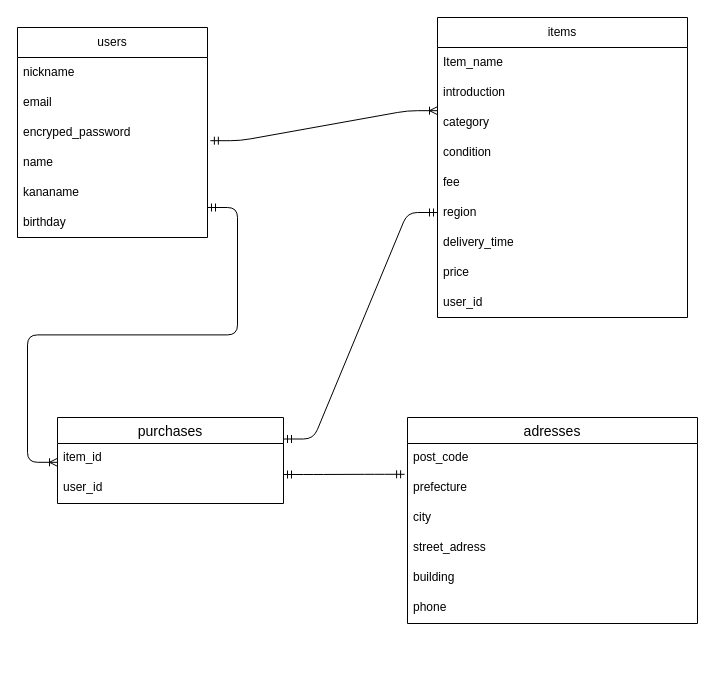
This is ER.dio from ushiyushi/furima-42222, a draw.io file, before an edit. Source tidied: cells renumbered, new cells numbered last; positions are measured from the earlier drawing's top-left corner, leaving out a move shared by most shapes. Both pictures are drawn from the tidied source at 100%, with x=0, y=0 at pixel (-23, 17).
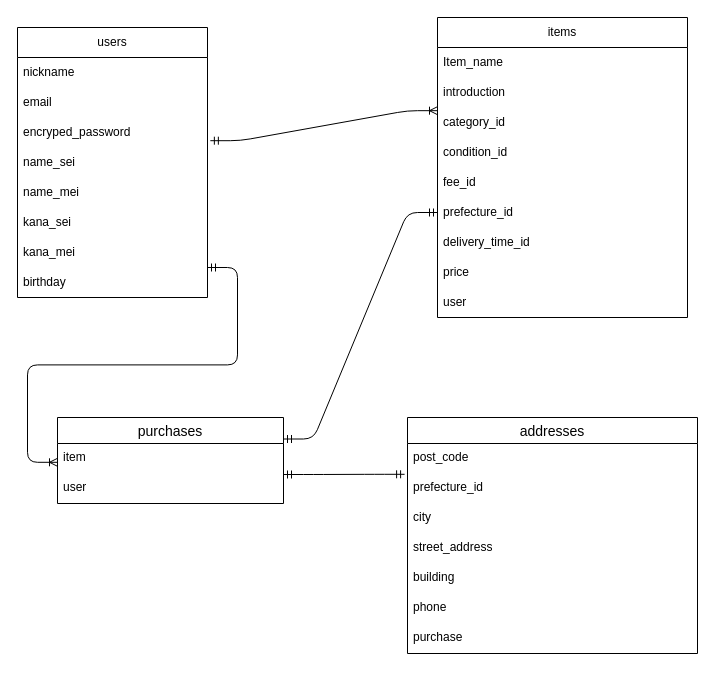
The same page after the edit.

Unchanged cells that the change refers to:
```xml
<mxCell id="9" value="items" style="swimlane;fontStyle=0;horizontal=1;startSize=30;whiteSpace=wrap;html=1;" parent="1" vertex="1">
  <mxGeometry x="460" width="250" height="300" as="geometry" />
</mxCell>
<mxCell id="19" value="purchases" style="swimlane;fontStyle=0;horizontal=1;startSize=26;align=center;fontSize=14;" parent="1" vertex="1">
  <mxGeometry x="80" y="400" width="226" height="86" as="geometry" />
</mxCell>
```

Change to the diagram source:
```diff
@@
     <mxCell id="2" value="users" style="swimlane;fontStyle=0;horizontal=1;startSize=30;whiteSpace=wrap;html=1;" parent="1" vertex="1">
-      <mxGeometry x="40" y="10" width="190" height="210" as="geometry" />
+      <mxGeometry x="40" y="10" width="190" height="270" as="geometry" />
     </mxCell>
@@
-    <mxCell id="6" value="name" style="text;strokeColor=none;fillColor=none;align=left;verticalAlign=middle;spacingLeft=4;spacingRight=4;overflow=hidden;whiteSpace=wrap;html=1;" parent="2" vertex="1">
+    <mxCell id="6" value="name_sei" style="text;strokeColor=none;fillColor=none;align=left;verticalAlign=middle;spacingLeft=4;spacingRight=4;overflow=hidden;whiteSpace=wrap;html=1;" parent="2" vertex="1">
       <mxGeometry y="120" width="190" height="30" as="geometry" />
     </mxCell>
+    <mxCell id="33" value="name_mei" style="text;strokeColor=none;fillColor=none;align=left;verticalAlign=middle;spacingLeft=4;spacingRight=4;overflow=hidden;whiteSpace=wrap;html=1;" parent="2" vertex="1">
+      <mxGeometry y="150" width="190" height="30" as="geometry" />
+    </mxCell>
-    <mxCell id="7" value="kananame" style="text;strokeColor=none;fillColor=none;align=left;verticalAlign=middle;spacingLeft=4;spacingRight=4;overflow=hidden;whiteSpace=wrap;html=1;" parent="2" vertex="1">
-      <mxGeometry y="150" width="190" height="30" as="geometry" />
+    <mxCell id="7" value="kana_sei" style="text;strokeColor=none;fillColor=none;align=left;verticalAlign=middle;spacingLeft=4;spacingRight=4;overflow=hidden;whiteSpace=wrap;html=1;" parent="2" vertex="1">
+      <mxGeometry y="180" width="190" height="30" as="geometry" />
     </mxCell>
+    <mxCell id="34" value="kana_mei" style="text;strokeColor=none;fillColor=none;align=left;verticalAlign=middle;spacingLeft=4;spacingRight=4;overflow=hidden;whiteSpace=wrap;html=1;" parent="2" vertex="1">
+      <mxGeometry y="210" width="190" height="30" as="geometry" />
+    </mxCell>
     <mxCell id="8" value="birthday" style="text;strokeColor=none;fillColor=none;align=left;verticalAlign=middle;spacingLeft=4;spacingRight=4;overflow=hidden;points=[[0,0.5],[1,0.5]];portConstraint=eastwest;whiteSpace=wrap;html=1;" parent="2" vertex="1">
-      <mxGeometry y="180" width="190" height="30" as="geometry" />
+      <mxGeometry y="240" width="190" height="30" as="geometry" />
     </mxCell>
@@
-    <mxCell id="12" value="category" style="text;strokeColor=none;fillColor=none;align=left;verticalAlign=middle;spacingLeft=4;spacingRight=4;overflow=hidden;points=[[0,0.5],[1,0.5]];portConstraint=eastwest;whiteSpace=wrap;html=1;" parent="9" vertex="1">
+    <mxCell id="12" value="category_id" style="text;strokeColor=none;fillColor=none;align=left;verticalAlign=middle;spacingLeft=4;spacingRight=4;overflow=hidden;points=[[0,0.5],[1,0.5]];portConstraint=eastwest;whiteSpace=wrap;html=1;" parent="9" vertex="1">
       <mxGeometry y="90" width="250" height="30" as="geometry" />
     </mxCell>
-    <mxCell id="13" value="condition" style="text;strokeColor=none;fillColor=none;align=left;verticalAlign=middle;spacingLeft=4;spacingRight=4;overflow=hidden;whiteSpace=wrap;html=1;" parent="9" vertex="1">
+    <mxCell id="13" value="condition&lt;span style=&quot;color: rgb(0, 0, 0);&quot;&gt;_id&lt;/span&gt;" style="text;strokeColor=none;fillColor=none;align=left;verticalAlign=middle;spacingLeft=4;spacingRight=4;overflow=hidden;whiteSpace=wrap;html=1;" parent="9" vertex="1">
       <mxGeometry y="120" width="250" height="30" as="geometry" />
     </mxCell>
-    <mxCell id="14" value="fee" style="text;strokeColor=none;fillColor=none;align=left;verticalAlign=middle;spacingLeft=4;spacingRight=4;overflow=hidden;whiteSpace=wrap;html=1;" parent="9" vertex="1">
+    <mxCell id="14" value="fee&lt;span style=&quot;color: rgb(0, 0, 0);&quot;&gt;_id&lt;/span&gt;" style="text;strokeColor=none;fillColor=none;align=left;verticalAlign=middle;spacingLeft=4;spacingRight=4;overflow=hidden;whiteSpace=wrap;html=1;" parent="9" vertex="1">
       <mxGeometry y="150" width="250" height="30" as="geometry" />
     </mxCell>
-    <mxCell id="15" value="region" style="text;strokeColor=none;fillColor=none;align=left;verticalAlign=middle;spacingLeft=4;spacingRight=4;overflow=hidden;points=[[0,0.5],[1,0.5]];portConstraint=eastwest;whiteSpace=wrap;html=1;" parent="9" vertex="1">
+    <mxCell id="15" value="prefecture&lt;span style=&quot;color: rgb(0, 0, 0);&quot;&gt;_id&lt;/span&gt;" style="text;strokeColor=none;fillColor=none;align=left;verticalAlign=middle;spacingLeft=4;spacingRight=4;overflow=hidden;points=[[0,0.5],[1,0.5]];portConstraint=eastwest;whiteSpace=wrap;html=1;" parent="9" vertex="1">
       <mxGeometry y="180" width="250" height="30" as="geometry" />
     </mxCell>
-    <mxCell id="16" value="delivery_time" style="text;strokeColor=none;fillColor=none;align=left;verticalAlign=middle;spacingLeft=4;spacingRight=4;overflow=hidden;whiteSpace=wrap;html=1;" parent="9" vertex="1">
+    <mxCell id="16" value="delivery_time&lt;span style=&quot;color: rgb(0, 0, 0);&quot;&gt;_id&lt;/span&gt;" style="text;strokeColor=none;fillColor=none;align=left;verticalAlign=middle;spacingLeft=4;spacingRight=4;overflow=hidden;whiteSpace=wrap;html=1;" parent="9" vertex="1">
       <mxGeometry y="210" width="250" height="30" as="geometry" />
     </mxCell>
@@
-    <mxCell id="18" value="user_id" style="text;strokeColor=none;fillColor=none;align=left;verticalAlign=middle;spacingLeft=4;spacingRight=4;overflow=hidden;whiteSpace=wrap;html=1;" parent="9" vertex="1">
+    <mxCell id="18" value="user" style="text;strokeColor=none;fillColor=none;align=left;verticalAlign=middle;spacingLeft=4;spacingRight=4;overflow=hidden;whiteSpace=wrap;html=1;" parent="9" vertex="1">
       <mxGeometry y="270" width="250" height="30" as="geometry" />
     </mxCell>
@@
-    <mxCell id="20" value="item_id" style="text;strokeColor=none;fillColor=none;spacingLeft=4;spacingRight=4;overflow=hidden;fontSize=12;whiteSpace=wrap;html=1;" parent="19" vertex="1">
+    <mxCell id="20" value="item" style="text;strokeColor=none;fillColor=none;spacingLeft=4;spacingRight=4;overflow=hidden;fontSize=12;whiteSpace=wrap;html=1;" parent="19" vertex="1">
       <mxGeometry y="26" width="226" height="30" as="geometry" />
     </mxCell>
-    <mxCell id="21" value="user_id" style="text;strokeColor=none;fillColor=none;spacingLeft=4;spacingRight=4;overflow=hidden;fontSize=12;whiteSpace=wrap;html=1;" parent="19" vertex="1">
+    <mxCell id="21" value="user" style="text;strokeColor=none;fillColor=none;spacingLeft=4;spacingRight=4;overflow=hidden;fontSize=12;whiteSpace=wrap;html=1;" parent="19" vertex="1">
       <mxGeometry y="56" width="226" height="30" as="geometry" />
     </mxCell>
-    <mxCell id="22" value="adresses" style="swimlane;fontStyle=0;horizontal=1;startSize=26;align=center;fontSize=14;" parent="1" vertex="1">
-      <mxGeometry x="430" y="400" width="290" height="206" as="geometry" />
+    <mxCell id="22" value="addresses" style="swimlane;fontStyle=0;horizontal=1;startSize=26;align=center;fontSize=14;" parent="1" vertex="1">
+      <mxGeometry x="430" y="400" width="290" height="236" as="geometry" />
     </mxCell>
@@
-    <mxCell id="24" value="prefecture" style="text;strokeColor=none;fillColor=none;spacingLeft=4;spacingRight=4;overflow=hidden;points=[[0,0.5],[1,0.5]];portConstraint=eastwest;fontSize=12;whiteSpace=wrap;html=1;" parent="22" vertex="1">
+    <mxCell id="24" value="prefecture&lt;span style=&quot;color: rgb(0, 0, 0);&quot;&gt;_id&lt;/span&gt;" style="text;strokeColor=none;fillColor=none;spacingLeft=4;spacingRight=4;overflow=hidden;points=[[0,0.5],[1,0.5]];portConstraint=eastwest;fontSize=12;whiteSpace=wrap;html=1;" parent="22" vertex="1">
       <mxGeometry y="56" width="290" height="30" as="geometry" />
     </mxCell>
@@
-    <mxCell id="26" value="street_adress" style="text;strokeColor=none;fillColor=none;spacingLeft=4;spacingRight=4;overflow=hidden;fontSize=12;whiteSpace=wrap;html=1;" parent="22" vertex="1">
+    <mxCell id="26" value="street_address" style="text;strokeColor=none;fillColor=none;spacingLeft=4;spacingRight=4;overflow=hidden;fontSize=12;whiteSpace=wrap;html=1;" parent="22" vertex="1">
       <mxGeometry y="116" width="290" height="30" as="geometry" />
     </mxCell>
@@
+    <mxCell id="35" value="purchase" style="text;strokeColor=none;fillColor=none;spacingLeft=4;spacingRight=4;overflow=hidden;fontSize=12;whiteSpace=wrap;html=1;" parent="22" vertex="1">
+      <mxGeometry y="206" width="290" height="30" as="geometry" />
+    </mxCell>
```
